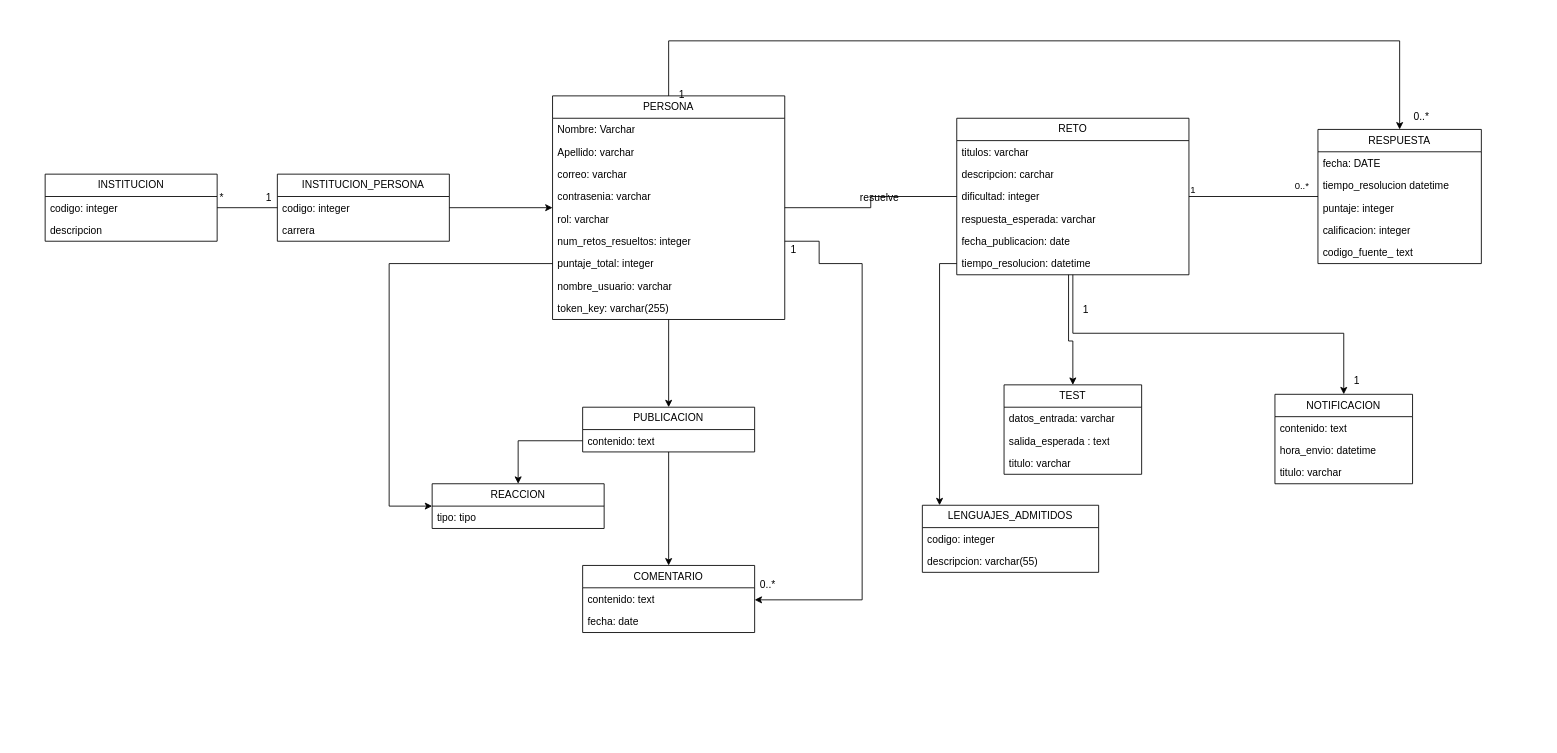
Earlier version of the draw.io diagram Base_De_Datos_Codium.drawio (SantiagoTamayo2002/UML). Source tidied: cells renumbered, new cells numbered last; positions are measured from the earlier drawing's top-left corner, leaving out a move shared by most shapes. Both pictures are drawn from the tidied source at 86%, with x=0, y=0 at pixel (45, 40).
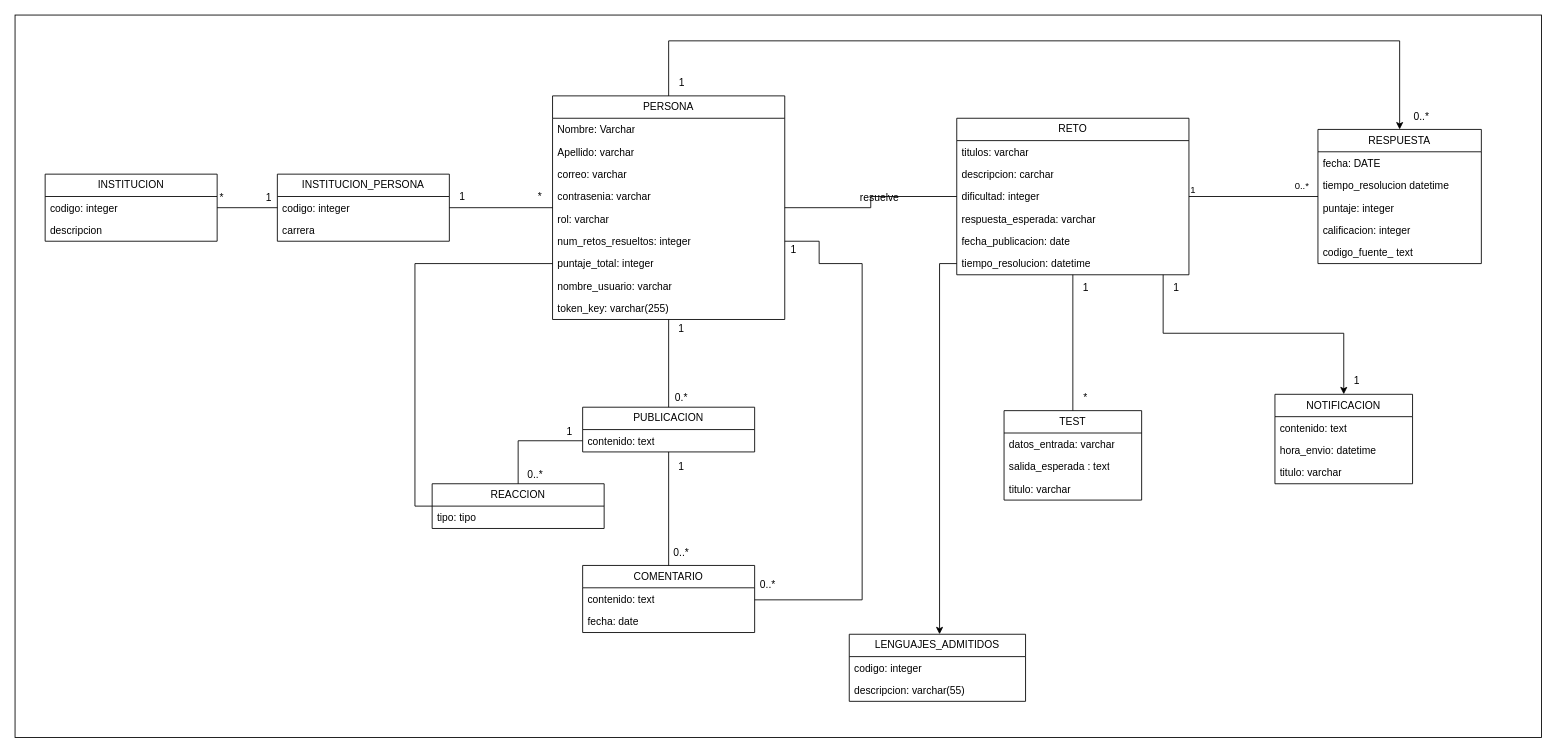
The same page after the edit.

The change refers to these unchanged cells:
```xml
<mxCell id="4" value="PERSONA" style="swimlane;fontStyle=0;horizontal=1;startSize=26;fillColor=none;whiteSpace=wrap;html=1;" parent="1" vertex="1">
  <mxGeometry x="590" y="64" width="270" height="260" as="geometry" />
</mxCell>
<mxCell id="14" value="RETO" style="swimlane;fontStyle=0;horizontal=1;startSize=26;fillColor=none;whiteSpace=wrap;html=1;" parent="1" vertex="1">
  <mxGeometry x="1060" y="90" width="270" height="182" as="geometry" />
</mxCell>
<mxCell id="33" value="codigo: integer" style="text;strokeColor=none;fillColor=none;align=left;verticalAlign=top;spacingLeft=4;spacingRight=4;overflow=hidden;points=[[0,0.5],[1,0.5]];portConstraint=eastwest;whiteSpace=wrap;html=1;" parent="32" vertex="1">
  <mxGeometry y="26" width="200" height="26" as="geometry" />
</mxCell>
<mxCell id="48" value="PUBLICACION" style="swimlane;fontStyle=0;horizontal=1;startSize=26;fillColor=none;whiteSpace=wrap;html=1;" parent="1" vertex="1">
  <mxGeometry x="625" y="426" width="200" height="52" as="geometry" />
</mxCell>
<mxCell id="49" value="contenido: text" style="text;strokeColor=none;fillColor=none;align=left;verticalAlign=top;spacingLeft=4;spacingRight=4;overflow=hidden;points=[[0,0.5],[1,0.5]];portConstraint=eastwest;whiteSpace=wrap;html=1;" parent="48" vertex="1">
  <mxGeometry y="26" width="200" height="26" as="geometry" />
</mxCell>
<mxCell id="52" value="REACCION" style="swimlane;fontStyle=0;horizontal=1;startSize=26;fillColor=none;whiteSpace=wrap;html=1;" parent="1" vertex="1">
  <mxGeometry x="450" y="515" width="200" height="52" as="geometry" />
</mxCell>
<mxCell id="54" value="COMENTARIO" style="swimlane;fontStyle=0;horizontal=1;startSize=26;fillColor=none;whiteSpace=wrap;html=1;" parent="1" vertex="1">
  <mxGeometry x="625" y="610" width="200" height="78" as="geometry" />
</mxCell>
<mxCell id="58" value="NOTIFICACION" style="swimlane;fontStyle=0;horizontal=1;startSize=26;fillColor=none;whiteSpace=wrap;html=1;" parent="1" vertex="1">
  <mxGeometry x="1430" y="411" width="160" height="104" as="geometry" />
</mxCell>
```

Change to the diagram source:
```diff
@@
+    <mxCell id="73" style="rounded=0;whiteSpace=wrap;html=1;" parent="1" vertex="1">
+      <mxGeometry x="-35" y="-30" width="1775" height="840" as="geometry" />
+    </mxCell>
@@
-    <mxCell id="3" style="edgeStyle=orthogonalEdgeStyle;rounded=0;jettySize=auto;html=1;" parent="1" edge="1" source="4" target="48">
+    <mxCell id="3" style="edgeStyle=orthogonalEdgeStyle;rounded=0;jettySize=auto;html=1;endArrow=none;endFill=0;" parent="1" edge="1" source="4" target="48">
       <mxGeometry relative="1" as="geometry" />
     </mxCell>
@@
     <mxCell id="21" value="TEST" style="swimlane;fontStyle=0;horizontal=1;startSize=26;fillColor=none;whiteSpace=wrap;html=1;" parent="1" vertex="1">
-      <mxGeometry x="1115" y="400" width="160" height="104" as="geometry" />
+      <mxGeometry x="1115" y="430" width="160" height="104" as="geometry" />
     </mxCell>
@@
-    <mxCell id="36" style="edgeStyle=orthogonalEdgeStyle;rounded=0;jettySize=auto;html=1;" parent="1" edge="1" source="33" target="4">
+    <mxCell id="36" style="edgeStyle=orthogonalEdgeStyle;rounded=0;jettySize=auto;html=1;endArrow=none;endFill=0;" parent="1" edge="1" source="33" target="4">
       <mxGeometry relative="1" as="geometry" />
     </mxCell>
@@
-    <mxCell id="46" style="edgeStyle=orthogonalEdgeStyle;rounded=0;jettySize=auto;html=1;" parent="1" edge="1" source="14" target="21">
-      <mxGeometry relative="1" as="geometry">
-        <Array as="points">
-          <mxPoint x="1190" y="349" />
-          <mxPoint x="1195" y="349" />
-        </Array>
-      </mxGeometry>
-    </mxCell>
-    <mxCell id="47" style="edgeStyle=orthogonalEdgeStyle;rounded=0;jettySize=auto;html=1;" parent="1" edge="1" source="48" target="54">
+    <mxCell id="47" style="edgeStyle=orthogonalEdgeStyle;rounded=0;jettySize=auto;html=1;endArrow=none;endFill=0;" parent="1" edge="1" source="48" target="54">
       <mxGeometry relative="1" as="geometry" />
     </mxCell>
@@
     <mxCell id="50" value="1" style="text;html=1;align=center;verticalAlign=middle;strokeColor=none;fillColor=none;" parent="1" vertex="1">
-      <mxGeometry x="725" y="48" width="30" height="30" as="geometry" />
+      <mxGeometry x="725" y="34" width="30" height="30" as="geometry" />
     </mxCell>
@@
-    <mxCell id="57" style="edgeStyle=orthogonalEdgeStyle;rounded=0;jettySize=auto;html=1;" parent="1" edge="1" source="49" target="52">
+    <mxCell id="57" style="edgeStyle=orthogonalEdgeStyle;rounded=0;jettySize=auto;html=1;endArrow=none;endFill=0;" parent="1" edge="1" source="49" target="52">
       <mxGeometry relative="1" as="geometry" />
     </mxCell>
@@
     <mxCell id="62" style="edgeStyle=orthogonalEdgeStyle;rounded=0;jettySize=auto;html=1;" parent="1" edge="1" source="14" target="58">
       <mxGeometry relative="1" as="geometry">
         <Array as="points">
-          <mxPoint x="1195" y="340" />
+          <mxPoint x="1300" y="340" />
           <mxPoint x="1510" y="340" />
         </Array>
       </mxGeometry>
     </mxCell>
     <mxCell id="63" value="1" style="text;html=1;align=center;verticalAlign=middle;strokeColor=none;fillColor=none;" parent="1" vertex="1">
-      <mxGeometry x="1195" y="298" width="30" height="30" as="geometry" />
+      <mxGeometry x="1195" y="272" width="30" height="30" as="geometry" />
     </mxCell>
@@
-    <mxCell id="65" style="edgeStyle=orthogonalEdgeStyle;rounded=0;jettySize=auto;html=1;" parent="1" edge="1" source="4" target="52">
+    <mxCell id="65" style="edgeStyle=orthogonalEdgeStyle;rounded=0;jettySize=auto;html=1;endArrow=none;endFill=0;" parent="1" edge="1" source="4" target="52">
       <mxGeometry relative="1" as="geometry">
         <Array as="points">
-          <mxPoint x="400" y="259" />
-          <mxPoint x="400" y="541" />
+          <mxPoint x="430" y="259" />
+          <mxPoint x="430" y="541" />
         </Array>
       </mxGeometry>
     </mxCell>
-    <mxCell id="66" style="edgeStyle=orthogonalEdgeStyle;rounded=0;jettySize=auto;html=1;" parent="1" edge="1" source="4" target="54">
+    <mxCell id="66" style="edgeStyle=orthogonalEdgeStyle;rounded=0;jettySize=auto;html=1;endArrow=none;endFill=0;" parent="1" edge="1" source="4" target="54">
       <mxGeometry relative="1" as="geometry">
         <Array as="points">
           <mxPoint x="900" y="233" />
           <mxPoint x="900" y="259" />
           <mxPoint x="950" y="259" />
           <mxPoint x="950" y="650" />
         </Array>
       </mxGeometry>
     </mxCell>
@@
     <mxCell id="69" value="LENGUAJES_ADMITIDOS" style="swimlane;fontStyle=0;horizontal=1;startSize=26;fillColor=none;whiteSpace=wrap;html=1;" parent="1" vertex="1">
-      <mxGeometry x="1020" y="540" width="205" height="78" as="geometry" />
+      <mxGeometry x="935" y="690" width="205" height="78" as="geometry" />
     </mxCell>
@@
+    <mxCell id="74" value="*" style="text;html=1;align=center;verticalAlign=middle;strokeColor=none;fillColor=none;" parent="1" vertex="1">
+      <mxGeometry x="560" y="166" width="30" height="30" as="geometry" />
+    </mxCell>
+    <mxCell id="75" value="1" style="text;html=1;align=center;verticalAlign=middle;strokeColor=none;fillColor=none;" parent="1" vertex="1">
+      <mxGeometry x="470" y="166" width="30" height="30" as="geometry" />
+    </mxCell>
+    <mxCell id="76" value="1" style="text;html=1;whiteSpace=wrap;strokeColor=none;fillColor=none;align=center;verticalAlign=middle;rounded=0;" parent="1" vertex="1">
+      <mxGeometry x="580" y="440" width="60" height="30" as="geometry" />
+    </mxCell>
+    <mxCell id="77" value="0..*" style="text;html=1;whiteSpace=wrap;strokeColor=none;fillColor=none;align=center;verticalAlign=middle;rounded=0;" parent="1" vertex="1">
+      <mxGeometry x="540" y="490" width="60" height="30" as="geometry" />
+    </mxCell>
+    <mxCell id="78" value="1" style="text;html=1;whiteSpace=wrap;strokeColor=none;fillColor=none;align=center;verticalAlign=middle;rounded=0;" parent="1" vertex="1">
+      <mxGeometry x="710" y="320" width="60" height="30" as="geometry" />
+    </mxCell>
+    <mxCell id="79" value="0.*" style="text;html=1;whiteSpace=wrap;strokeColor=none;fillColor=none;align=center;verticalAlign=middle;rounded=0;" parent="1" vertex="1">
+      <mxGeometry x="710" y="400" width="60" height="30" as="geometry" />
+    </mxCell>
+    <mxCell id="80" value="1" style="text;html=1;whiteSpace=wrap;strokeColor=none;fillColor=none;align=center;verticalAlign=middle;rounded=0;" parent="1" vertex="1">
+      <mxGeometry x="710" y="480" width="60" height="30" as="geometry" />
+    </mxCell>
+    <mxCell id="81" value="0..*" style="text;html=1;whiteSpace=wrap;strokeColor=none;fillColor=none;align=center;verticalAlign=middle;rounded=0;" parent="1" vertex="1">
+      <mxGeometry x="710" y="580" width="60" height="30" as="geometry" />
+    </mxCell>
+    <mxCell id="82" style="endArrow=none;html=1;rounded=0;" parent="1" edge="1" source="21" target="14">
+      <mxGeometry relative="1" as="geometry" />
+    </mxCell>
+    <mxCell id="83" value="*" style="text;html=1;whiteSpace=wrap;strokeColor=none;fillColor=none;align=center;verticalAlign=middle;rounded=0;" parent="1" vertex="1">
+      <mxGeometry x="1180" y="400" width="60" height="30" as="geometry" />
+    </mxCell>
+    <mxCell id="84" value="1" style="text;html=1;align=center;verticalAlign=middle;strokeColor=none;fillColor=none;" parent="1" vertex="1">
+      <mxGeometry x="1300" y="272" width="30" height="30" as="geometry" />
+    </mxCell>
```
